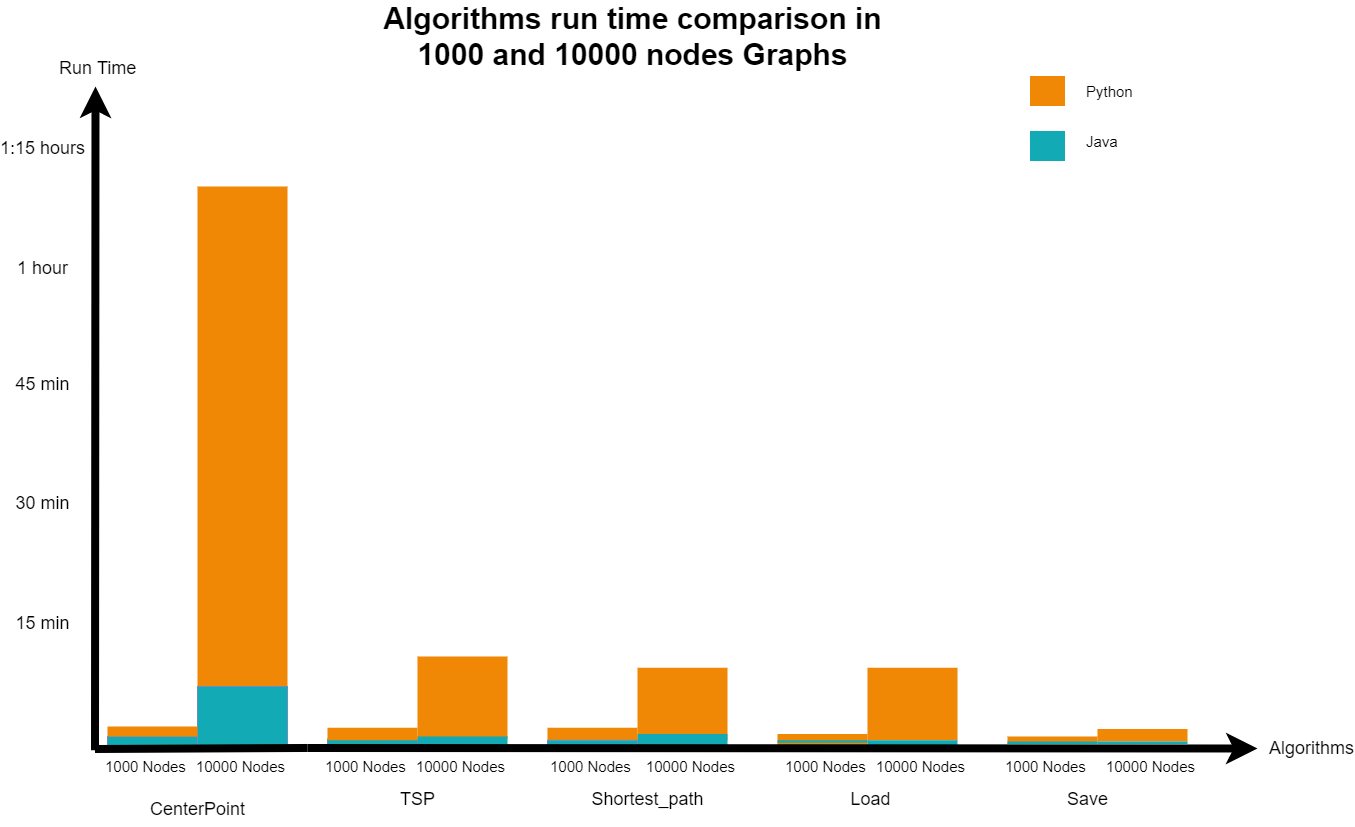
Before: Copy of Ex3_oop-image.png, a diagram exported from draw.io (omeradar10/mavo-project). Source tidied: cells renumbered, new cells last; positions are measured from the earlier drawing's top-left corner, leaving out a move shared by most shapes.
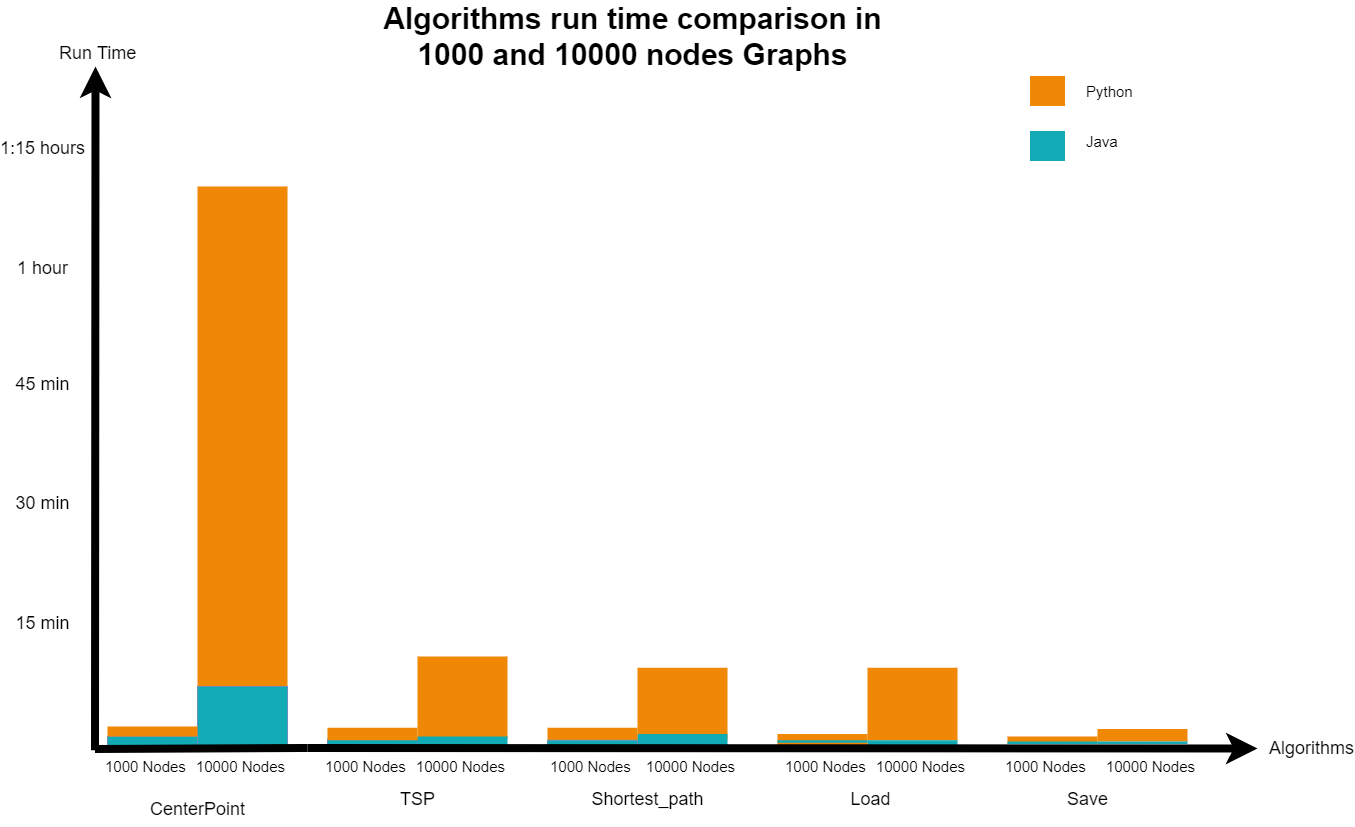
After the commit.

Diff of the diagram source:
```diff
@@ -50,10 +50,9 @@
     <mxCell id="17" style="whiteSpace=wrap;fillColor=#12AAB5;gradientDirection=east;strokeColor=#6c8ebf;html=1;" parent="1" vertex="1">
       <mxGeometry x="80" y="720" width="90" height="10" as="geometry" />
     </mxCell>
-    <mxCell id="18" style="edgeStyle=none;html=1;fontColor=#000000;strokeWidth=8;strokeColor=#000000;" parent="1" edge="1">
+    <mxCell id="18" style="edgeStyle=none;html=1;fontColor=#000000;strokeWidth=8;strokeColor=#000000;entryX=0.475;entryY=1.25;entryDx=0;entryDy=0;entryPerimeter=0;" parent="1" edge="1" target="29">
       <mxGeometry relative="1" as="geometry">
         <mxPoint x="67.5" y="733.8" as="sourcePoint" />
-        <mxPoint x="68" y="70" as="targetPoint" />
       </mxGeometry>
     </mxCell>
     <mxCell id="19" style="whiteSpace=wrap;fillColor=#F08705;gradientColor=none;gradientDirection=east;strokeColor=none;html=1;fontColor=#23445d;" parent="1" vertex="1">
@@ -90,7 +89,7 @@
       <mxGeometry x="1057" y="114.5" width="80" height="20" as="geometry" />
     </mxCell>
     <mxCell id="29" value="Run Time" style="text;spacingTop=-5;html=1;fontSize=18;fontStyle=0;points=[];" parent="1" vertex="1">
-      <mxGeometry x="30" y="39.5" width="80" height="20" as="geometry" />
+      <mxGeometry x="30" y="25" width="80" height="20" as="geometry" />
     </mxCell>
     <mxCell id="30" value="15 min" style="text;spacingTop=-5;align=center;verticalAlign=middle;fontStyle=0;html=1;fontSize=18;" parent="1" vertex="1">
       <mxGeometry y="544.5" width="30" height="130" as="geometry" />
```
